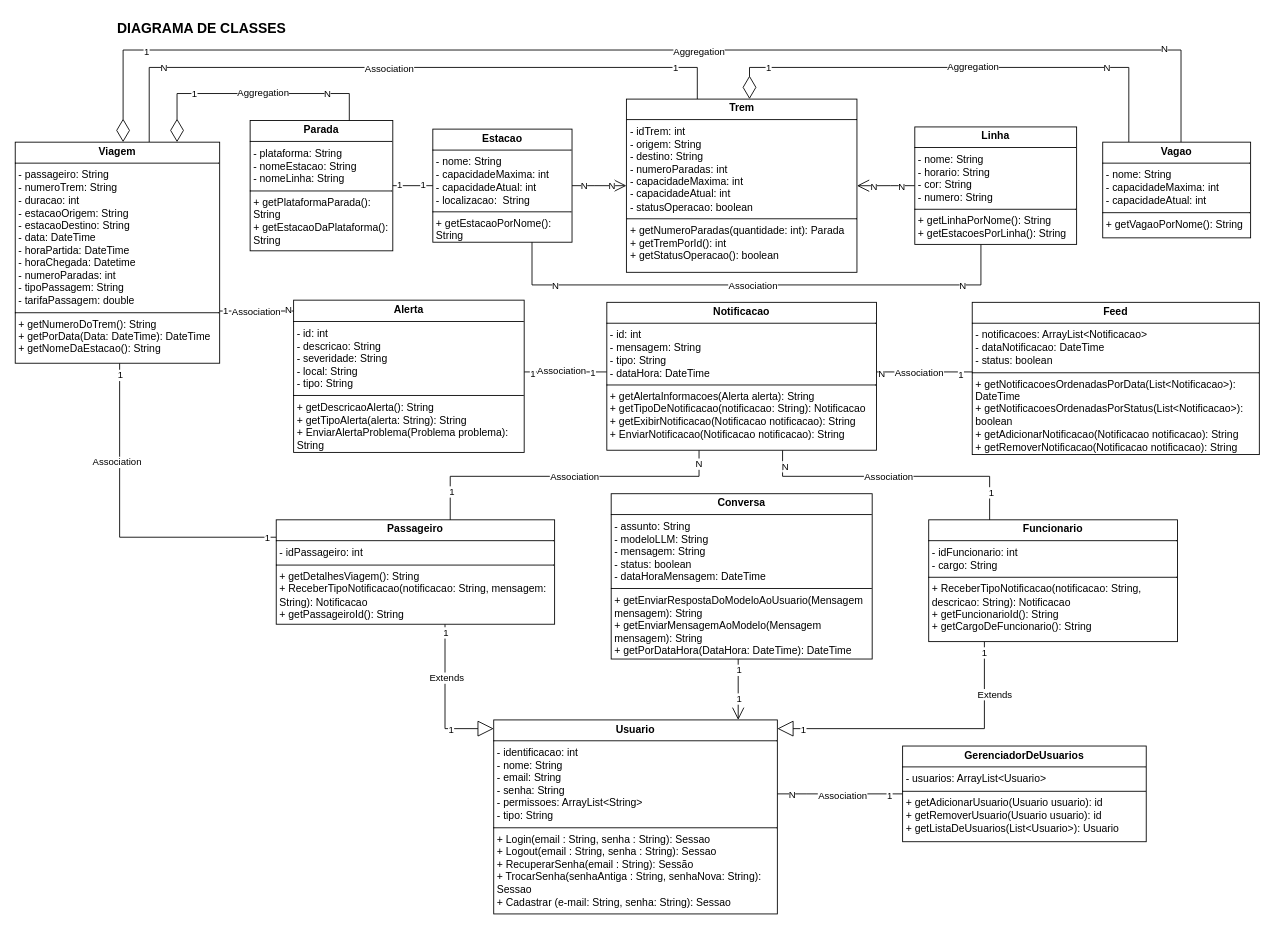
Above: Sprint1.drawio in Acessi/Sprint-1-Java (draw.io), before the change. Source tidied: cells renumbered, new cells numbered last; positions are measured from the earlier drawing's top-left corner, leaving out a move shared by most shapes. Both pictures are drawn from the tidied source at 87%, with x=0, y=0 at pixel (15, 15).
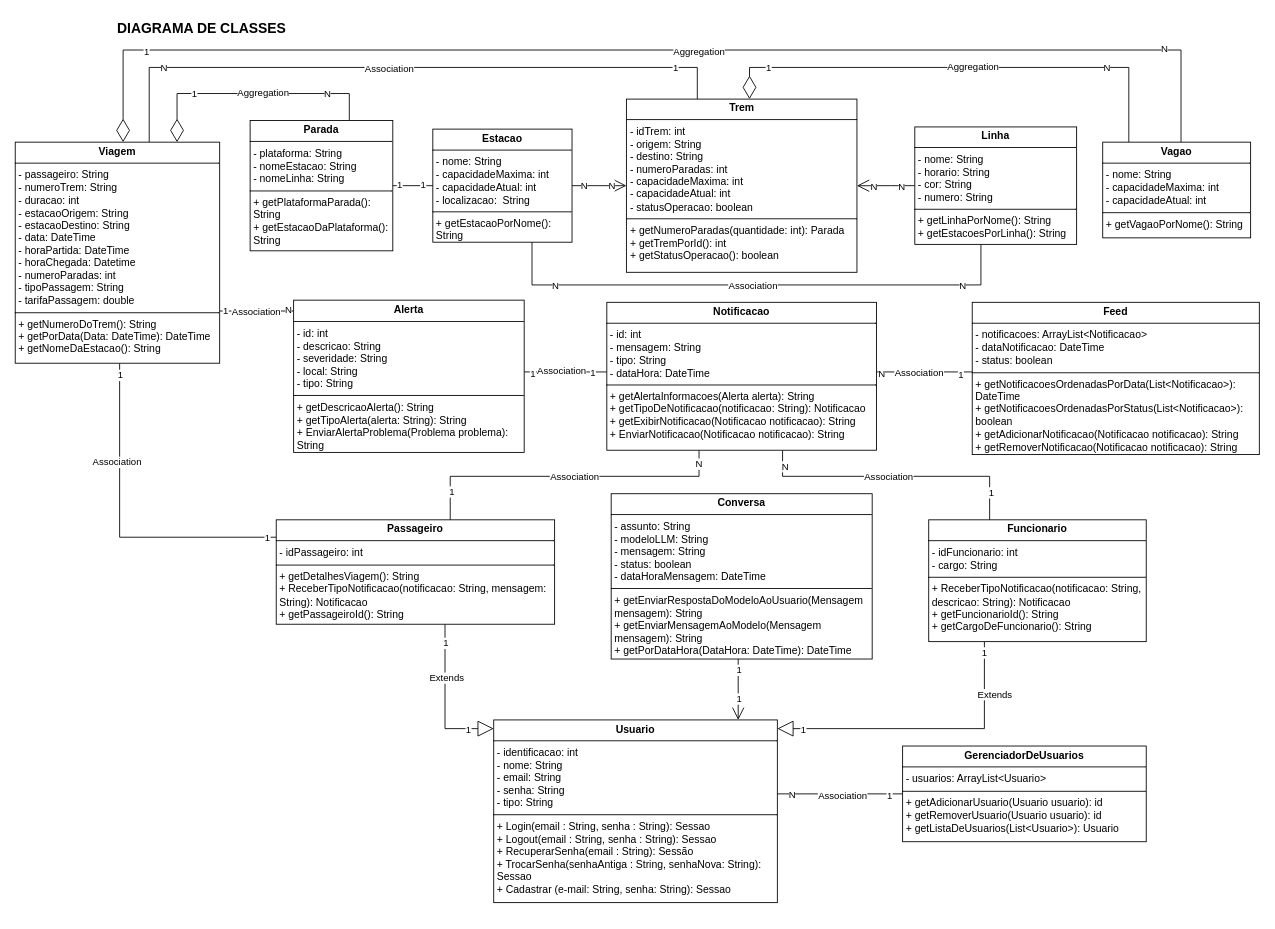
After the change.

Unchanged cells that the change refers to:
```xml
<mxCell id="6" style="edgeStyle=orthogonalEdgeStyle;rounded=0;jettySize=auto;html=1;strokeColor=default;align=center;verticalAlign=middle;fontFamily=Helvetica;fontSize=11;fontColor=default;labelBackgroundColor=default;endArrow=block;endFill=0;endSize=16;" parent="1" edge="1" source="16" target="11">
  <mxGeometry relative="1" as="geometry">
    <Array as="points">
      <mxPoint x="494" y="820" />
    </Array>
  </mxGeometry>
</mxCell>
```

Diff of the diagram source:
```diff
@@
     <mxCell id="7" value="1" style="edgeLabel;html=1;align=center;verticalAlign=middle;rounded=0;strokeColor=default;fontFamily=Helvetica;fontSize=11;fontColor=default;labelBackgroundColor=default;" parent="6" vertex="1">
       <mxGeometry x="0.36" relative="1" as="geometry">
-        <mxPoint x="6" as="offset" />
+        <mxPoint x="26" as="offset" />
       </mxGeometry>
     </mxCell>
@@
     <mxCell id="10" value="1" style="edgeLabel;html=1;align=center;verticalAlign=middle;" parent="6" vertex="1">
-      <mxGeometry x="-0.9" relative="1" as="geometry" />
+      <mxGeometry x="-0.9" relative="1" as="geometry">
+        <mxPoint y="12" as="offset" />
+      </mxGeometry>
     </mxCell>
-    <mxCell id="11" value="&lt;p style=&quot;margin:0px;margin-top:4px;text-align:center;&quot;&gt;&lt;b&gt;Usuario&lt;/b&gt;&lt;/p&gt;&lt;hr size=&quot;1&quot; style=&quot;border-style:solid;&quot;&gt;&lt;p style=&quot;margin:0px;margin-left:4px;&quot;&gt;- identificacao: int&lt;/p&gt;&lt;p style=&quot;margin:0px;margin-left:4px;&quot;&gt;- nome: String&lt;/p&gt;&lt;p style=&quot;margin:0px;margin-left:4px;&quot;&gt;- email: String&lt;/p&gt;&lt;p style=&quot;margin:0px;margin-left:4px;&quot;&gt;- senha: String&lt;/p&gt;&lt;p style=&quot;margin:0px;margin-left:4px;&quot;&gt;- permissoes: ArrayList&amp;lt;String&amp;gt;&lt;/p&gt;&lt;p style=&quot;margin:0px;margin-left:4px;&quot;&gt;- tipo: String&lt;/p&gt;&lt;hr size=&quot;1&quot; style=&quot;border-style:solid;&quot;&gt;&lt;p style=&quot;margin: 0px 0px 0px 4px;&quot;&gt;&lt;span style=&quot;background-color: initial;&quot;&gt;+ Login(email : String, senha : String): Sessao&lt;/span&gt;&lt;br&gt;&lt;/p&gt;&lt;p style=&quot;margin: 0px 0px 0px 4px;&quot;&gt;+ Logout(email : String, senha : String): Sessao&lt;br&gt;+ RecuperarSenha(email : String): Sessão&lt;br&gt;+ TrocarSenha(senhaAntiga : String, senhaNova:&amp;nbsp;String): Sessao&lt;br&gt;+ Cadastrar (e-mail: String, senha: String): Sessao&lt;/p&gt;" style="verticalAlign=top;align=left;overflow=fill;html=1;whiteSpace=wrap;" parent="1" vertex="1">
-      <mxGeometry x="550" y="810" width="326" height="223" as="geometry" />
+    <mxCell id="11" value="&lt;p style=&quot;margin:0px;margin-top:4px;text-align:center;&quot;&gt;&lt;b&gt;Usuario&lt;/b&gt;&lt;/p&gt;&lt;hr size=&quot;1&quot; style=&quot;border-style:solid;&quot;&gt;&lt;p style=&quot;margin:0px;margin-left:4px;&quot;&gt;- identificacao: int&lt;/p&gt;&lt;p style=&quot;margin:0px;margin-left:4px;&quot;&gt;- nome: String&lt;/p&gt;&lt;p style=&quot;margin:0px;margin-left:4px;&quot;&gt;- email: String&lt;/p&gt;&lt;p style=&quot;margin:0px;margin-left:4px;&quot;&gt;- senha: String&lt;/p&gt;&lt;p style=&quot;margin:0px;margin-left:4px;&quot;&gt;- tipo: String&lt;/p&gt;&lt;hr size=&quot;1&quot; style=&quot;border-style:solid;&quot;&gt;&lt;p style=&quot;margin: 0px 0px 0px 4px;&quot;&gt;&lt;span style=&quot;background-color: initial;&quot;&gt;+ Login(email : String, senha : String): Sessao&lt;/span&gt;&lt;br&gt;&lt;/p&gt;&lt;p style=&quot;margin: 0px 0px 0px 4px;&quot;&gt;+ Logout(email : String, senha : String): Sessao&lt;br&gt;+ RecuperarSenha(email : String): Sessão&lt;br&gt;+ TrocarSenha(senhaAntiga : String, senhaNova:&amp;nbsp;String): Sessao&lt;br&gt;+ Cadastrar (e-mail: String, senha: String): Sessao&lt;/p&gt;" style="verticalAlign=top;align=left;overflow=fill;html=1;whiteSpace=wrap;" parent="1" vertex="1">
+      <mxGeometry x="550" y="810" width="326" height="210" as="geometry" />
     </mxCell>
@@
     <mxCell id="17" value="&lt;p style=&quot;margin:0px;margin-top:4px;text-align:center;&quot;&gt;&lt;b&gt;Funcionario&lt;/b&gt;&lt;/p&gt;&lt;hr size=&quot;1&quot; style=&quot;border-style:solid;&quot;&gt;&lt;p style=&quot;margin:0px;margin-left:4px;&quot;&gt;&lt;span style=&quot;background-color: initial;&quot;&gt;- idFuncionario: int&lt;/span&gt;&lt;/p&gt;&lt;p style=&quot;margin:0px;margin-left:4px;&quot;&gt;&lt;span style=&quot;background-color: initial;&quot;&gt;- cargo: String&lt;/span&gt;&lt;/p&gt;&lt;hr size=&quot;1&quot; style=&quot;border-style:solid;&quot;&gt;&lt;p style=&quot;margin:0px;margin-left:4px;&quot;&gt;+ ReceberTipoNotificacao(notificacao: String, descricao: String): Notificacao&lt;br&gt;&lt;/p&gt;&lt;p style=&quot;margin:0px;margin-left:4px;&quot;&gt;+ getFuncionarioId(): String&lt;/p&gt;&lt;p style=&quot;margin:0px;margin-left:4px;&quot;&gt;+ getCargoDeFuncionario(): String&lt;/p&gt;" style="verticalAlign=top;align=left;overflow=fill;html=1;whiteSpace=wrap;" parent="1" vertex="1">
-      <mxGeometry x="1050" y="580" width="286" height="140" as="geometry" />
+      <mxGeometry x="1050" y="580" width="250" height="140" as="geometry" />
     </mxCell>
```
